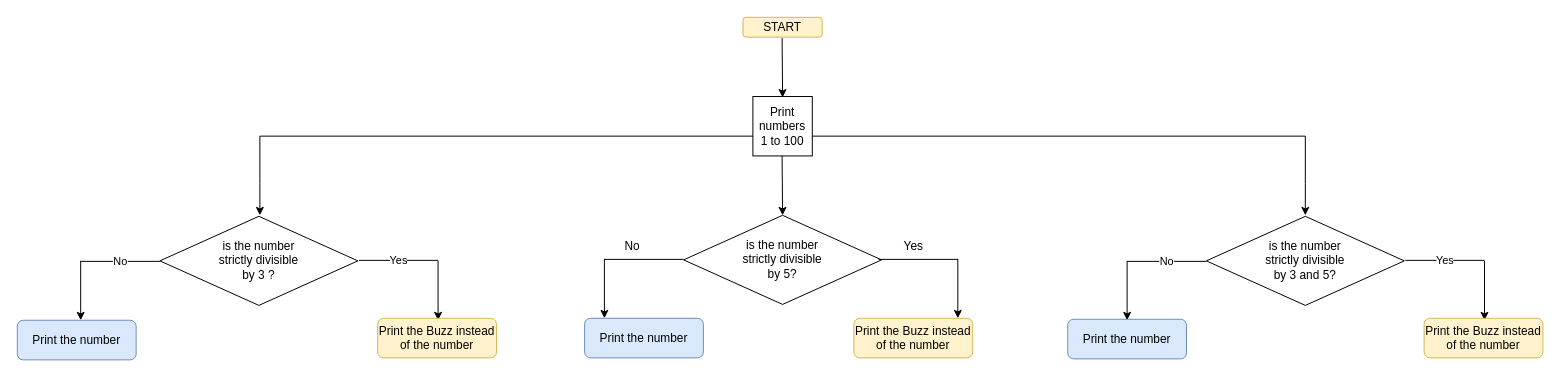
redolfosei/flowCharts keeps this draw.io diagram as fizzBuzzGame.drawio. Above is the earlier version. Source tidied: cells renumbered, new cells numbered last; positions are measured from the earlier drawing's top-left corner, leaving out a move shared by most shapes. Both pictures are drawn from the tidied source at 99%, with x=0, y=0 at pixel (17, 17).
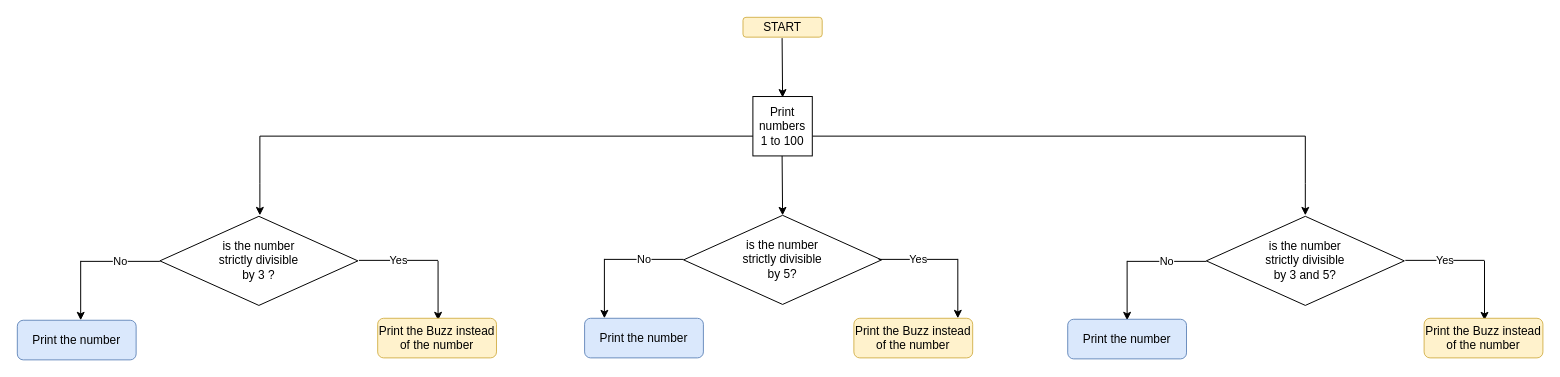
After the change.

Change to the diagram source:
```diff
@@
-    <mxCell id="8" style="endArrow=none;html=1;rounded=0;" parent="1" edge="1">
+    <mxCell id="8" value="Yes" style="endArrow=none;html=1;rounded=0;" parent="1" edge="1">
       <mxGeometry relative="1" as="geometry">
         <mxPoint x="870" y="244.5" as="sourcePoint" />
         <mxPoint x="950" y="244.5" as="targetPoint" />
       </mxGeometry>
     </mxCell>
-    <mxCell id="9" style="endArrow=none;html=1;rounded=0;" parent="1" edge="1">
+    <mxCell id="9" value="No" style="endArrow=none;html=1;rounded=0;" parent="1" edge="1">
       <mxGeometry relative="1" as="geometry">
         <mxPoint x="593" y="244.5" as="sourcePoint" />
         <mxPoint x="673" y="244.5" as="targetPoint" />
       </mxGeometry>
     </mxCell>
@@
-    <mxCell id="12" value="No" style="text;html=1;align=center;verticalAlign=middle;strokeColor=none;fillColor=none;" parent="1" vertex="1">
-      <mxGeometry x="605" y="216" width="32" height="32" as="geometry" />
-    </mxCell>
-    <mxCell id="13" value="Yes" style="text;html=1;align=center;verticalAlign=middle;strokeColor=none;fillColor=none;" parent="1" vertex="1">
-      <mxGeometry x="885" y="216" width="40" height="32" as="geometry" />
-    </mxCell>
```
